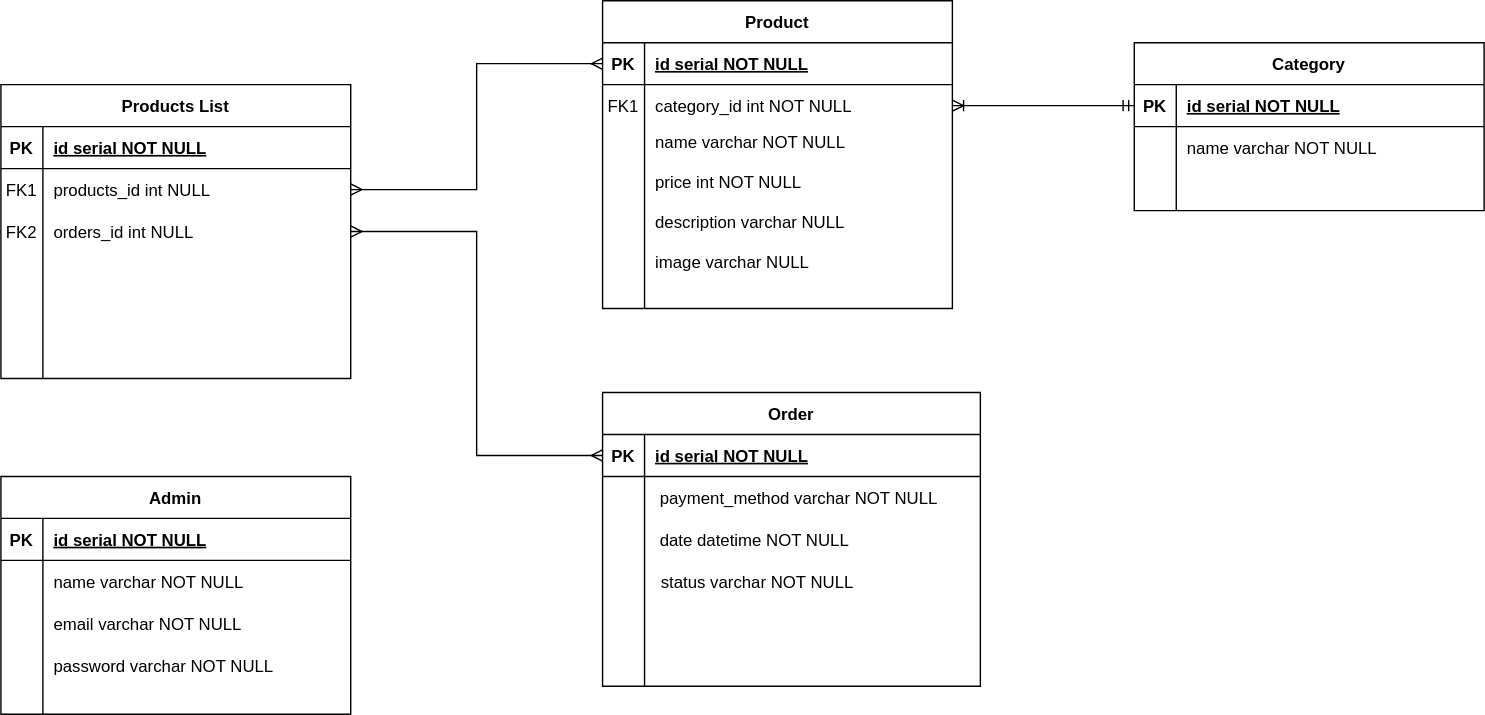
This is kitchin.svg from brunocamposal/kitchin-kanri, a draw.io export, as it was before one commit. Source tidied: cells renumbered, new cells last; positions are measured from the earlier drawing's top-left corner, leaving out a move shared by most shapes.
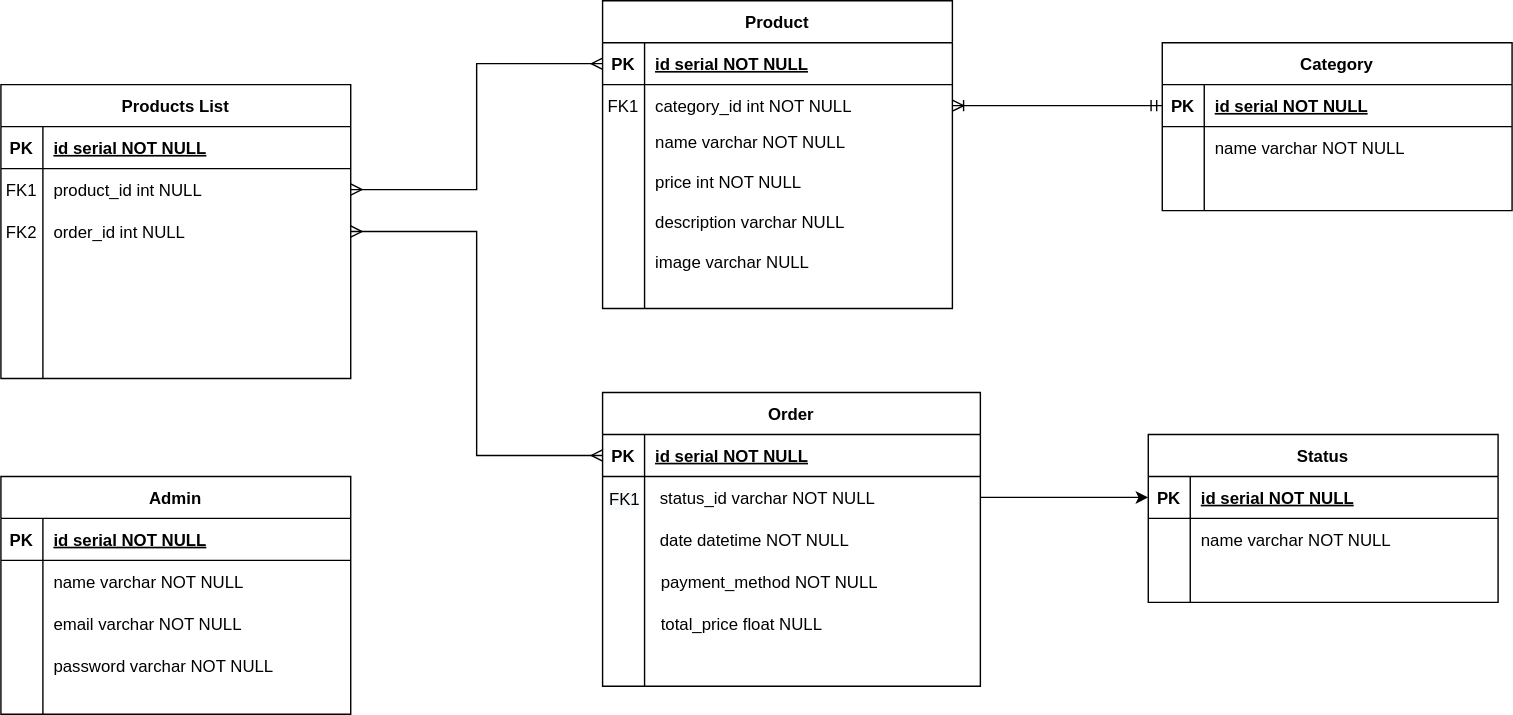
Later version of the same file.

Change to the diagram source:
```diff
@@ -26,7 +26,7 @@
     <mxCell id="9" style="shape=partialRectangle;overflow=hidden;fillColor=none;top=0;left=0;bottom=0;right=0;" parent="8" vertex="1">
       <mxGeometry width="30" height="30" as="geometry" />
     </mxCell>
-    <mxCell id="10" value=" payment_method varchar NOT NULL" style="shape=partialRectangle;overflow=hidden;fillColor=none;top=0;left=0;bottom=0;right=0;align=left;spacingLeft=6;" parent="8" vertex="1">
+    <mxCell id="10" value=" status_id varchar NOT NULL" style="shape=partialRectangle;overflow=hidden;fillColor=none;top=0;left=0;bottom=0;right=0;align=left;spacingLeft=6;" parent="8" vertex="1">
       <mxGeometry x="30" width="240" height="30" as="geometry" />
     </mxCell>
     <mxCell id="11" style="shape=partialRectangle;fillColor=none;top=0;left=0;right=0;bottom=0;" parent="4" vertex="1">
@@ -44,9 +44,15 @@
     <mxCell id="15" style="shape=partialRectangle;overflow=hidden;fillColor=none;top=0;left=0;bottom=0;right=0;align=left;spacingLeft=6;" parent="3" vertex="1">
       <mxGeometry x="29" y="140" width="220" height="40" as="geometry" />
     </mxCell>
-    <mxCell id="16" value="status varchar NOT NULL" style="shape=partialRectangle;overflow=hidden;fillColor=none;top=0;left=0;bottom=0;right=0;align=left;spacingLeft=6;" parent="3" vertex="1">
+    <mxCell id="16" value="payment_method NOT NULL" style="shape=partialRectangle;overflow=hidden;fillColor=none;top=0;left=0;bottom=0;right=0;align=left;spacingLeft=6;" parent="3" vertex="1">
       <mxGeometry x="34" y="120" width="220" height="30" as="geometry" />
     </mxCell>
+    <mxCell id="72" value="total_price float NULL" style="shape=partialRectangle;overflow=hidden;fillColor=none;top=0;left=0;bottom=0;right=0;align=left;spacingLeft=6;" parent="3" vertex="1">
+      <mxGeometry x="34" y="150" width="220" height="30" as="geometry" />
+    </mxCell>
+    <mxCell id="73" value="&lt;meta charset=&quot;utf-8&quot;&gt;&lt;span style=&quot;color: rgb(0, 0, 0); font-family: helvetica; font-size: 12px; font-style: normal; font-weight: 400; letter-spacing: normal; text-align: center; text-indent: 0px; text-transform: none; word-spacing: 0px; background-color: rgb(248, 249, 250); display: inline; float: none;&quot;&gt;FK1&lt;/span&gt;" style="text;whiteSpace=wrap;html=1;" parent="3" vertex="1">
+      <mxGeometry x="3" y="63" width="30" height="30" as="geometry" />
+    </mxCell>
     <mxCell id="17" style="group;" parent="1" vertex="1">
       <mxGeometry x="430" width="250" height="220" as="geometry" />
     </mxCell>
@@ -93,7 +99,7 @@
       <mxGeometry x="30" y="172.2" width="220" height="28.7" as="geometry" />
     </mxCell>
     <mxCell id="32" style="group;" parent="1" vertex="1">
-      <mxGeometry x="810" y="30" width="250" height="120" as="geometry" />
+      <mxGeometry x="830" y="30" width="250" height="135" as="geometry" />
     </mxCell>
     <mxCell id="33" value="Category" style="shape=table;startSize=30;rowLines=0;fontStyle=1;align=center;" parent="32" vertex="1">
       <mxGeometry width="250" height="120" as="geometry" />
@@ -128,6 +134,42 @@
     <mxCell id="43" value="name varchar NOT NULL" style="shape=partialRectangle;overflow=hidden;fillColor=none;top=0;left=0;bottom=0;right=0;align=left;spacingLeft=6;" parent="32" vertex="1">
       <mxGeometry x="30" y="60" width="220" height="30" as="geometry" />
     </mxCell>
+    <mxCell id="74" style="group;" parent="32" vertex="1">
+      <mxGeometry x="-10" y="280" width="250" height="120" as="geometry" />
+    </mxCell>
+    <mxCell id="75" value="Status" style="shape=table;startSize=30;rowLines=0;fontStyle=1;align=center;" parent="74" vertex="1">
+      <mxGeometry width="250" height="120" as="geometry" />
+    </mxCell>
+    <mxCell id="76" style="shape=partialRectangle;fillColor=none;points=[[0,0.5],[1,0.5]];portConstraint=eastwest;top=0;left=0;right=0;bottom=1;" parent="75" vertex="1">
+      <mxGeometry y="30" width="250" height="30" as="geometry" />
+    </mxCell>
+    <mxCell id="77" value="PK" style="shape=partialRectangle;overflow=hidden;fillColor=none;top=0;left=0;bottom=0;right=0;fontStyle=1;" parent="76" vertex="1">
+      <mxGeometry width="30" height="30" as="geometry" />
+    </mxCell>
+    <mxCell id="78" value="id serial NOT NULL" style="shape=partialRectangle;overflow=hidden;fillColor=none;top=0;left=0;bottom=0;right=0;align=left;spacingLeft=6;fontStyle=5;" parent="76" vertex="1">
+      <mxGeometry x="30" width="220" height="30" as="geometry" />
+    </mxCell>
+    <mxCell id="79" style="shape=partialRectangle;fillColor=none;top=0;left=0;right=0;bottom=0;" parent="75" vertex="1">
+      <mxGeometry y="60" width="250" height="30" as="geometry" />
+    </mxCell>
+    <mxCell id="80" style="shape=partialRectangle;overflow=hidden;fillColor=none;top=0;left=0;bottom=0;right=0;" parent="79" vertex="1">
+      <mxGeometry width="30" height="30" as="geometry" />
+    </mxCell>
+    <mxCell id="81" style="shape=partialRectangle;overflow=hidden;fillColor=none;top=0;left=0;bottom=0;right=0;align=left;spacingLeft=6;" parent="79" vertex="1">
+      <mxGeometry x="30" width="220" height="30" as="geometry" />
+    </mxCell>
+    <mxCell id="82" style="shape=partialRectangle;fillColor=none;top=0;left=0;right=0;bottom=0;" parent="75" vertex="1">
+      <mxGeometry y="90" width="250" height="30" as="geometry" />
+    </mxCell>
+    <mxCell id="83" style="shape=partialRectangle;overflow=hidden;fillColor=none;top=0;left=0;bottom=0;right=0;" parent="82" vertex="1">
+      <mxGeometry width="30" height="30" as="geometry" />
+    </mxCell>
+    <mxCell id="84" style="shape=partialRectangle;overflow=hidden;fillColor=none;top=0;left=0;bottom=0;right=0;align=left;spacingLeft=6;" parent="82" vertex="1">
+      <mxGeometry x="30" width="220" height="30" as="geometry" />
+    </mxCell>
+    <mxCell id="85" value="name varchar NOT NULL" style="shape=partialRectangle;overflow=hidden;fillColor=none;top=0;left=0;bottom=0;right=0;align=left;spacingLeft=6;" parent="74" vertex="1">
+      <mxGeometry x="30" y="60" width="220" height="30" as="geometry" />
+    </mxCell>
     <mxCell id="44" style="group;" parent="1" vertex="1">
       <mxGeometry y="60" width="250" height="180" as="geometry" />
     </mxCell>
@@ -149,7 +191,7 @@
     <mxCell id="50" value="FK1" style="shape=partialRectangle;overflow=hidden;fillColor=none;top=0;left=0;bottom=0;right=0;" parent="49" vertex="1">
       <mxGeometry width="30" height="30" as="geometry" />
     </mxCell>
-    <mxCell id="51" value="products_id int NULL" style="shape=partialRectangle;overflow=hidden;fillColor=none;top=0;left=0;bottom=0;right=0;align=left;spacingLeft=6;" parent="49" vertex="1">
+    <mxCell id="51" value="product_id int NULL" style="shape=partialRectangle;overflow=hidden;fillColor=none;top=0;left=0;bottom=0;right=0;align=left;spacingLeft=6;" parent="49" vertex="1">
       <mxGeometry x="30" width="220" height="30" as="geometry" />
     </mxCell>
     <mxCell id="52" style="shape=partialRectangle;fillColor=none;points=[[0,0.5],[1,0.5]];portConstraint=eastwest;top=0;left=0;right=0;bottom=0;" parent="45" vertex="1">
@@ -158,7 +200,7 @@
     <mxCell id="53" style="shape=partialRectangle;overflow=hidden;fillColor=none;top=0;left=0;bottom=0;right=0;" parent="52" vertex="1">
       <mxGeometry width="30" height="30" as="geometry" />
     </mxCell>
-    <mxCell id="54" value="orders_id int NULL" style="shape=partialRectangle;overflow=hidden;fillColor=none;top=0;left=0;bottom=0;right=0;align=left;spacingLeft=6;" parent="52" vertex="1">
+    <mxCell id="54" value="order_id int NULL" style="shape=partialRectangle;overflow=hidden;fillColor=none;top=0;left=0;bottom=0;right=0;align=left;spacingLeft=6;" parent="52" vertex="1">
       <mxGeometry x="30" width="220" height="30" as="geometry" />
     </mxCell>
     <mxCell id="55" style="shape=partialRectangle;overflow=hidden;fillColor=none;top=0;left=0;bottom=0;right=0;align=left;spacingLeft=6;" parent="44" vertex="1">
@@ -212,5 +254,8 @@
     <mxCell id="71" value="password varchar NOT NULL" style="shape=partialRectangle;overflow=hidden;fillColor=none;top=0;left=0;bottom=0;right=0;align=left;spacingLeft=6;" parent="1" vertex="1">
       <mxGeometry x="30" y="460" width="220" height="30" as="geometry" />
     </mxCell>
+    <mxCell id="86" style="edgeStyle=orthogonalEdgeStyle;rounded=0;jettySize=auto;html=1;exitX=1;exitY=0.5;exitDx=0;exitDy=0;" parent="1" edge="1" source="8" target="76">
+      <mxGeometry relative="1" as="geometry" />
+    </mxCell>
   </root>
 </mxGraphModel>
```
